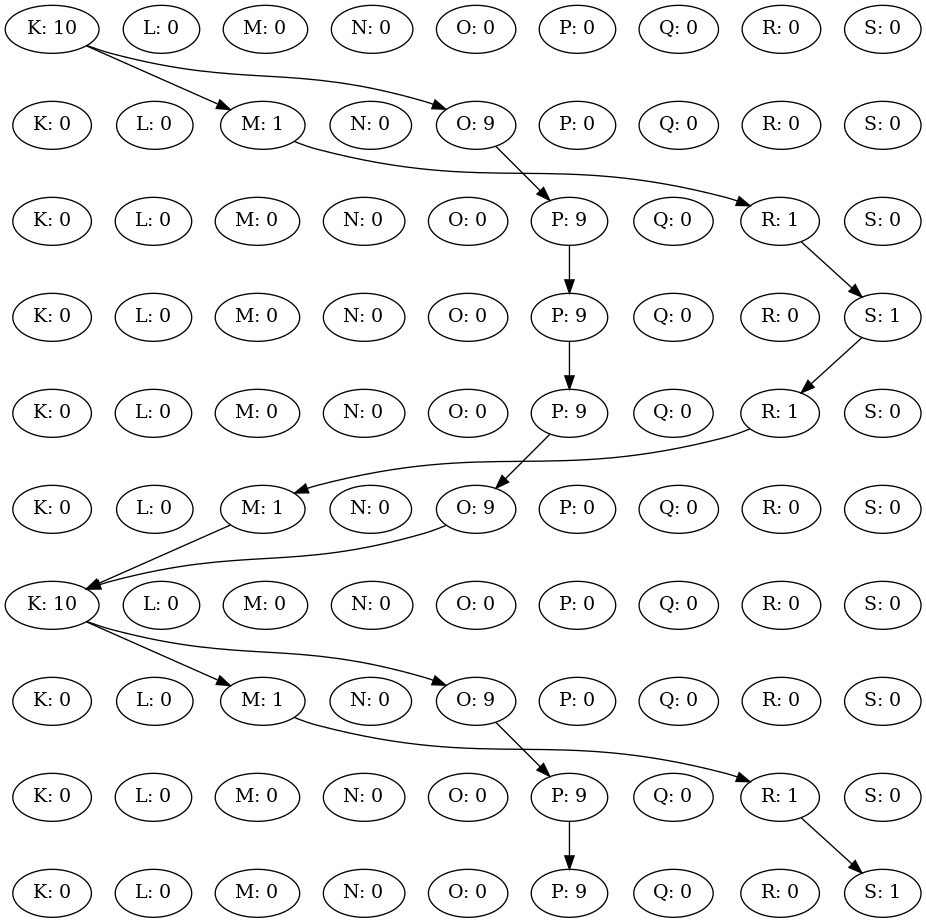
Earlier version of the Graphviz export originalplans.png (TieneSabor/slugs_swarmPlanner). Its source is kept beside it as originalPlans.dot.
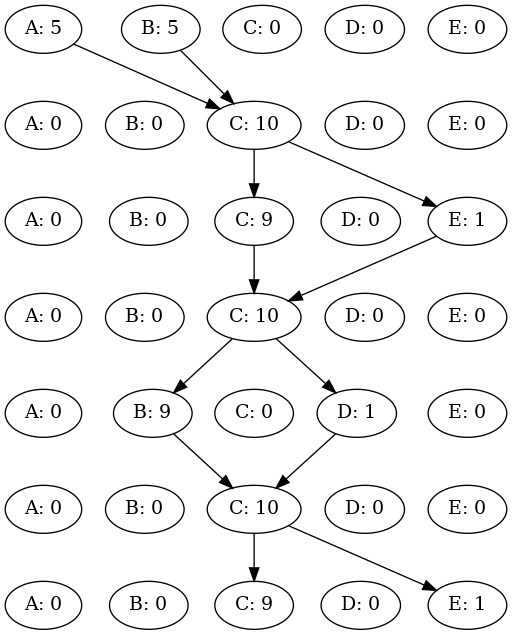
The same file after the commit.

What changed in the source:
```diff
@@ -1,112 +1,51 @@
 digraph {
-K0 [label="K: 10"];
-L0 [label="L: 0"];
-M0 [label="M: 0"];
-N0 [label="N: 0"];
-O0 [label="O: 0"];
-P0 [label="P: 0"];
-Q0 [label="Q: 0"];
-R0 [label="R: 0"];
-S0 [label="S: 0"];
-rank = same {K0 -> L0 -> M0 -> N0 -> O0 -> P0 -> Q0 -> R0 -> S0 [style=invis] }K1 [label="K: 0"];
-L1 [label="L: 0"];
-M1 [label="M: 1"];
-N1 [label="N: 0"];
-O1 [label="O: 9"];
-P1 [label="P: 0"];
-Q1 [label="Q: 0"];
-R1 [label="R: 0"];
-S1 [label="S: 0"];
-rank = same {K1 -> L1 -> M1 -> N1 -> O1 -> P1 -> Q1 -> R1 -> S1 [style=invis] }K0 -> M1
-K0 -> O1
-K2 [label="K: 0"];
-L2 [label="L: 0"];
-M2 [label="M: 0"];
-N2 [label="N: 0"];
-O2 [label="O: 0"];
-P2 [label="P: 9"];
-Q2 [label="Q: 0"];
-R2 [label="R: 1"];
-S2 [label="S: 0"];
-rank = same {K2 -> L2 -> M2 -> N2 -> O2 -> P2 -> Q2 -> R2 -> S2 [style=invis] }M1 -> R2
-O1 -> P2
-K3 [label="K: 0"];
-L3 [label="L: 0"];
-M3 [label="M: 0"];
-N3 [label="N: 0"];
-O3 [label="O: 0"];
-P3 [label="P: 9"];
-Q3 [label="Q: 0"];
-R3 [label="R: 0"];
-S3 [label="S: 1"];
-rank = same {K3 -> L3 -> M3 -> N3 -> O3 -> P3 -> Q3 -> R3 -> S3 [style=invis] }P2 -> P3
-R2 -> S3
-K4 [label="K: 0"];
-L4 [label="L: 0"];
-M4 [label="M: 0"];
-N4 [label="N: 0"];
-O4 [label="O: 0"];
-P4 [label="P: 9"];
-Q4 [label="Q: 0"];
-R4 [label="R: 1"];
-S4 [label="S: 0"];
-rank = same {K4 -> L4 -> M4 -> N4 -> O4 -> P4 -> Q4 -> R4 -> S4 [style=invis] }P3 -> P4
-S3 -> R4
-K5 [label="K: 0"];
-L5 [label="L: 0"];
-M5 [label="M: 1"];
-N5 [label="N: 0"];
-O5 [label="O: 9"];
-P5 [label="P: 0"];
-Q5 [label="Q: 0"];
-R5 [label="R: 0"];
-S5 [label="S: 0"];
-rank = same {K5 -> L5 -> M5 -> N5 -> O5 -> P5 -> Q5 -> R5 -> S5 [style=invis] }P4 -> O5
-R4 -> M5
-K6 [label="K: 10"];
-L6 [label="L: 0"];
-M6 [label="M: 0"];
-N6 [label="N: 0"];
-O6 [label="O: 0"];
-P6 [label="P: 0"];
-Q6 [label="Q: 0"];
-R6 [label="R: 0"];
-S6 [label="S: 0"];
-rank = same {K6 -> L6 -> M6 -> N6 -> O6 -> P6 -> Q6 -> R6 -> S6 [style=invis] }M5 -> K6
-O5 -> K6
-K7 [label="K: 0"];
-L7 [label="L: 0"];
-M7 [label="M: 1"];
-N7 [label="N: 0"];
-O7 [label="O: 9"];
-P7 [label="P: 0"];
-Q7 [label="Q: 0"];
-R7 [label="R: 0"];
-S7 [label="S: 0"];
-rank = same {K7 -> L7 -> M7 -> N7 -> O7 -> P7 -> Q7 -> R7 -> S7 [style=invis] }K6 -> M7
-K6 -> O7
-K8 [label="K: 0"];
-L8 [label="L: 0"];
-M8 [label="M: 0"];
-N8 [label="N: 0"];
-O8 [label="O: 0"];
-P8 [label="P: 9"];
-Q8 [label="Q: 0"];
-R8 [label="R: 1"];
-S8 [label="S: 0"];
-rank = same {K8 -> L8 -> M8 -> N8 -> O8 -> P8 -> Q8 -> R8 -> S8 [style=invis] }M7 -> R8
-O7 -> P8
-K9 [label="K: 0"];
-L9 [label="L: 0"];
-M9 [label="M: 0"];
-N9 [label="N: 0"];
-O9 [label="O: 0"];
-P9 [label="P: 9"];
-Q9 [label="Q: 0"];
-R9 [label="R: 0"];
-S9 [label="S: 1"];
-rank = same {K9 -> L9 -> M9 -> N9 -> O9 -> P9 -> Q9 -> R9 -> S9 [style=invis] }P8 -> P9
-R8 -> S9
-K0 -> K1 -> K2 -> K3 -> K4 -> K5 -> K6 -> K7 -> K8 -> K9 [ style=invis; weight=1000 ]
-S0 -> S1 -> S2 -> S3 -> S4 -> S5 -> S6 -> S7 -> S8 -> S9 [ style=invis; weight=1000 ]
+A0 [label="A: 5"];
+B0 [label="B: 5"];
+C0 [label="C: 0"];
+D0 [label="D: 0"];
+E0 [label="E: 0"];
+rank = same {A0 -> B0 -> C0 -> D0 -> E0 [style=invis] }A1 [label="A: 0"];
+B1 [label="B: 0"];
+C1 [label="C: 10"];
+D1 [label="D: 0"];
+E1 [label="E: 0"];
+rank = same {A1 -> B1 -> C1 -> D1 -> E1 [style=invis] }A0 -> C1
+B0 -> C1
+A2 [label="A: 0"];
+B2 [label="B: 0"];
+C2 [label="C: 9"];
+D2 [label="D: 0"];
+E2 [label="E: 1"];
+rank = same {A2 -> B2 -> C2 -> D2 -> E2 [style=invis] }C1 -> C2
+C1 -> E2
+A3 [label="A: 0"];
+B3 [label="B: 0"];
+C3 [label="C: 10"];
+D3 [label="D: 0"];
+E3 [label="E: 0"];
+rank = same {A3 -> B3 -> C3 -> D3 -> E3 [style=invis] }C2 -> C3
+E2 -> C3
+A4 [label="A: 0"];
+B4 [label="B: 9"];
+C4 [label="C: 0"];
+D4 [label="D: 1"];
+E4 [label="E: 0"];
+rank = same {A4 -> B4 -> C4 -> D4 -> E4 [style=invis] }C3 -> B4
+C3 -> D4
+A5 [label="A: 0"];
+B5 [label="B: 0"];
+C5 [label="C: 10"];
+D5 [label="D: 0"];
+E5 [label="E: 0"];
+rank = same {A5 -> B5 -> C5 -> D5 -> E5 [style=invis] }B4 -> C5
+D4 -> C5
+A6 [label="A: 0"];
+B6 [label="B: 0"];
+C6 [label="C: 9"];
+D6 [label="D: 0"];
+E6 [label="E: 1"];
+rank = same {A6 -> B6 -> C6 -> D6 -> E6 [style=invis] }C5 -> C6
+C5 -> E6
+A0 -> A1 -> A2 -> A3 -> A4 -> A5 -> A6 [ style=invis; weight=1000 ]
+E0 -> E1 -> E2 -> E3 -> E4 -> E5 -> E6 [ style=invis; weight=1000 ]
 }
```
